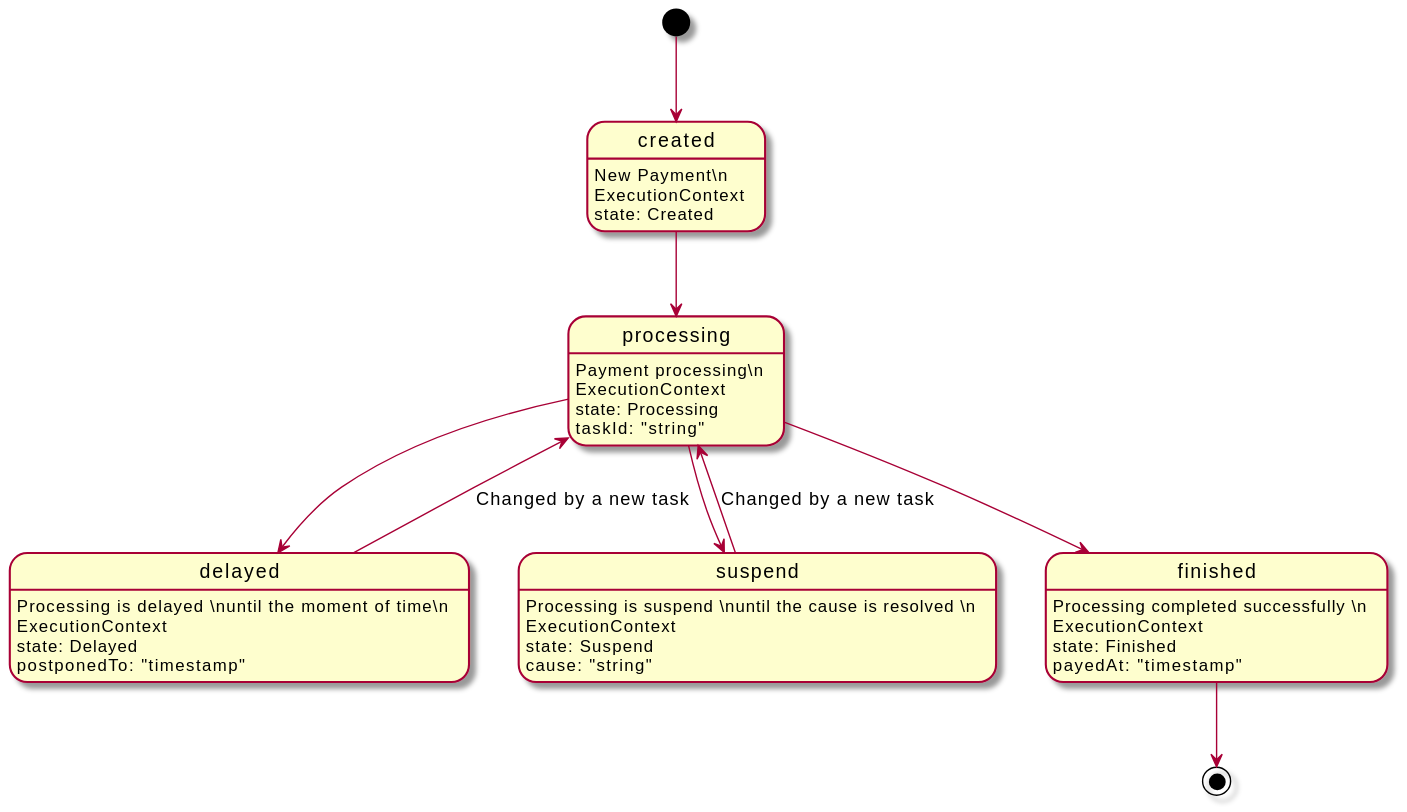
This is fee-gateway/diagrams/images/context-switching.svg from andrewstalin/rfc, a PlantUML export, as it was before one commit.
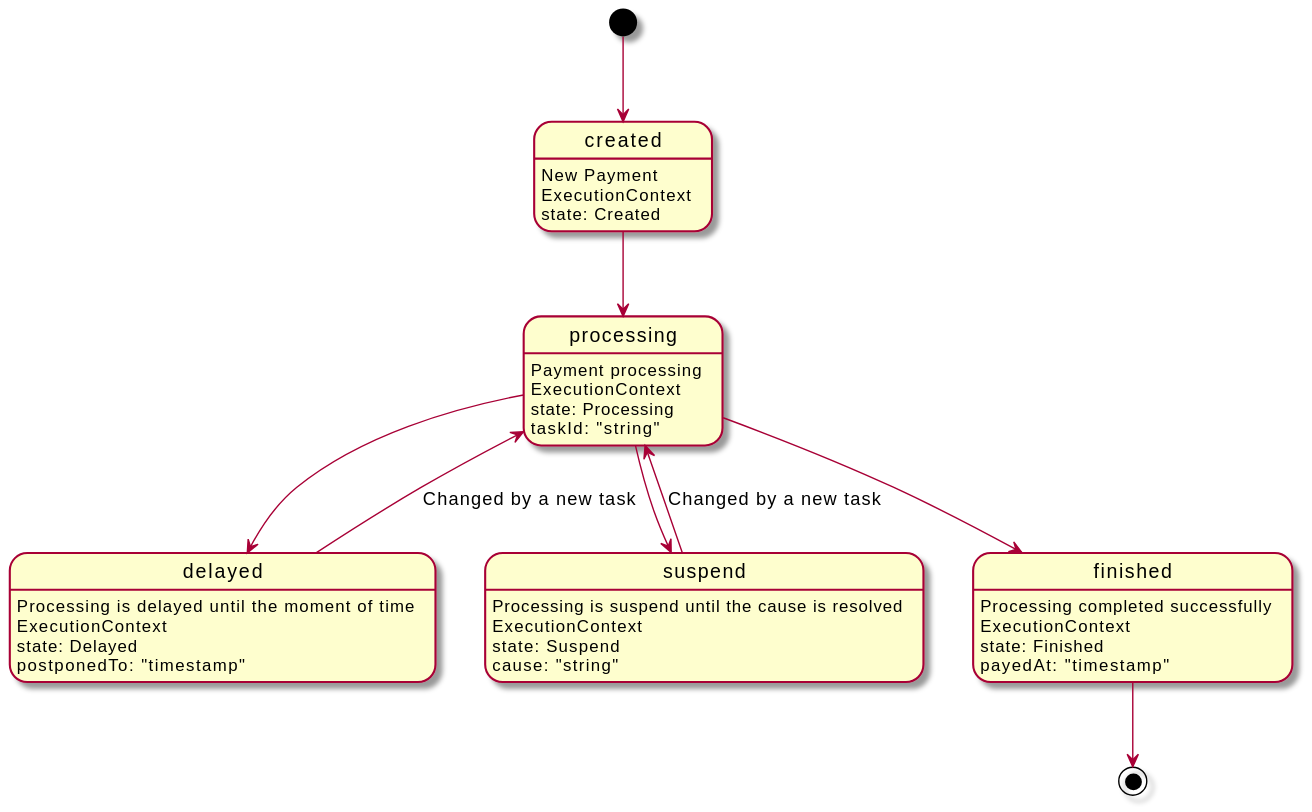
The same file after the commit.

What changed in the source:
```diff
@@ -1,32 +1,32 @@
 @startuml
 
 [*] --> created
-created: New Payment\n
+created: New Payment
 created: ExecutionContext
 created: state: Created
 
 created --> processing
-processing: Payment processing\n
+processing: Payment processing
 processing: ExecutionContext
 processing: state: Processing
 processing: taskId: "string"
 
 processing --> delayed
-delayed: Processing is delayed \nuntil the moment of time\n
+delayed: Processing is delayed until the moment of time
 delayed: ExecutionContext
 delayed: state: Delayed
 delayed: postponedTo: "timestamp"
 delayed --> processing : Changed by a new task
 
 processing --> suspend
-suspend: Processing is suspend \nuntil the cause is resolved \n
+suspend: Processing is suspend until the cause is resolved
 suspend: ExecutionContext
 suspend: state: Suspend
 suspend: cause: "string"
 suspend --> processing : Changed by a new task
 
 processing --> finished
-finished: Processing completed successfully \n
+finished: Processing completed successfully
 finished: ExecutionContext
 finished: state: Finished
 finished: payedAt: "timestamp"
```
